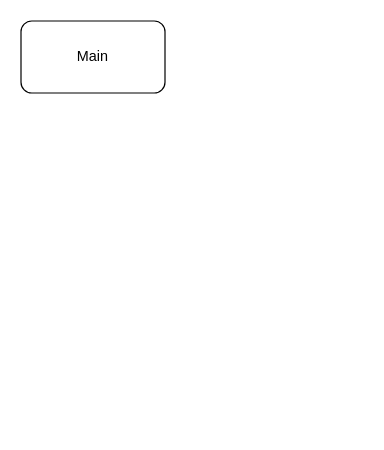
Before: diagram.dio in MidnightStudioOfficial/Ava, a draw.io diagram. Source tidied: cells renumbered, new cells numbered last; positions are measured from the earlier drawing's top-left corner, leaving out a move shared by most shapes. Both pictures are drawn from the tidied source at 120%, with x=0, y=0 at pixel (20, 20).
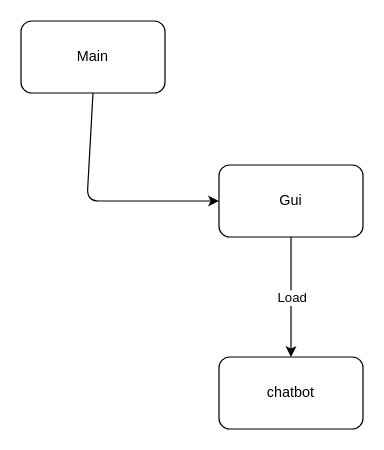
The same page after the edit.

Change to the diagram source:
```diff
@@
 <mxGraphModel>
   <root>
     <mxCell id="0" />
     <mxCell id="1" parent="0" />
+    <mxCell id="3" style="edgeStyle=none;html=1;exitX=0.5;exitY=1;exitDx=0;exitDy=0;entryX=0;entryY=0.5;entryDx=0;entryDy=0;" parent="1" edge="1" source="2" target="4">
+      <mxGeometry relative="1" as="geometry">
+        <Array as="points">
+          <mxPoint x="55" y="150" />
+        </Array>
+      </mxGeometry>
+    </mxCell>
     <mxCell id="2" value="Main" style="rounded=1;whiteSpace=wrap;html=1;" parent="1" vertex="1">
       <mxGeometry width="120" height="60" as="geometry" />
     </mxCell>
+    <mxCell id="4" value="Gui" style="rounded=1;whiteSpace=wrap;html=1;" parent="1" vertex="1">
+      <mxGeometry x="165" y="120" width="120" height="60" as="geometry" />
+    </mxCell>
+    <mxCell id="5" value="chatbot" style="rounded=1;whiteSpace=wrap;html=1;" parent="1" vertex="1">
+      <mxGeometry x="165" y="280" width="120" height="60" as="geometry" />
+    </mxCell>
+    <mxCell id="6" style="endArrow=classic;html=1;" parent="1" edge="1" source="4">
+      <mxGeometry relative="1" as="geometry">
+        <mxPoint x="225" y="280" as="targetPoint" />
+      </mxGeometry>
+    </mxCell>
+    <mxCell id="7" value="Load" style="edgeLabel;html=1;align=center;verticalAlign=middle;" parent="6" vertex="1">
+      <mxGeometry relative="1" as="geometry" />
+    </mxCell>
   </root>
 </mxGraphModel>
```
